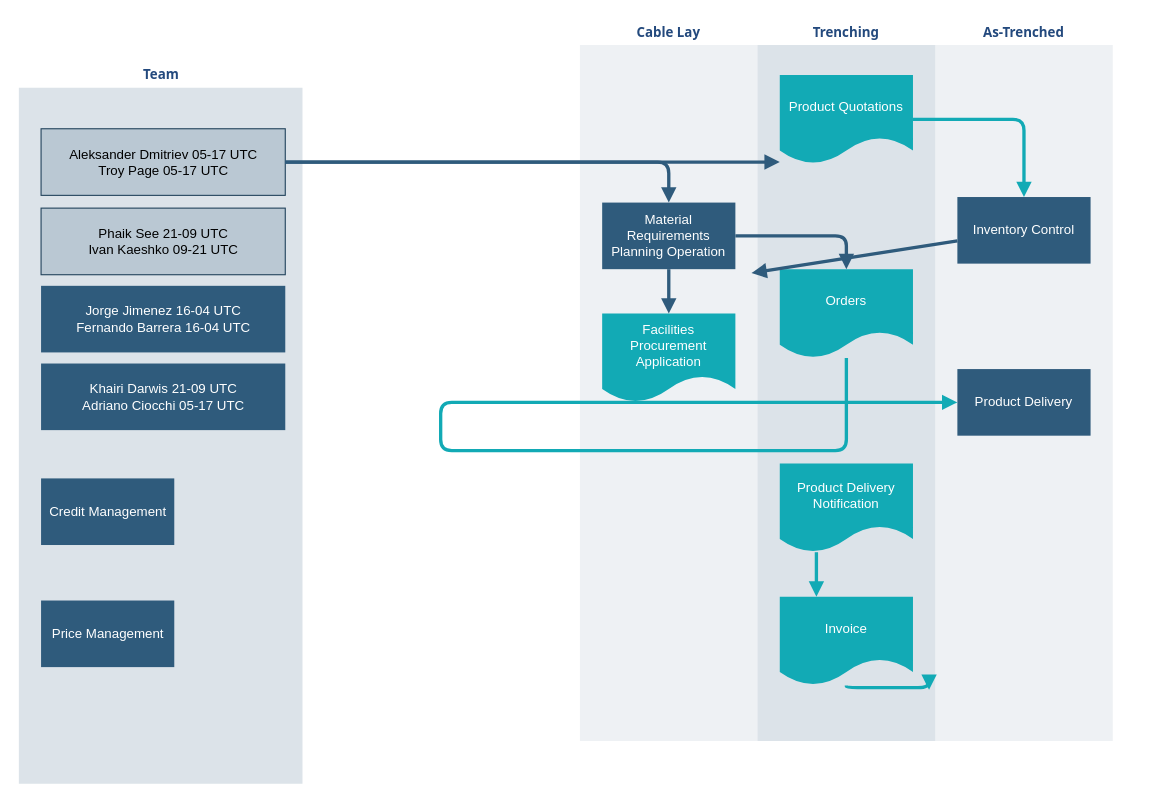
Earlier version of the draw.io diagram Диаграмма без названия.drawio (Balumys/xkcd_comics). Source tidied: cells renumbered, new cells numbered last; positions are measured from the earlier drawing's top-left corner, leaving out a move shared by most shapes. Both pictures are drawn from the tidied source at 111%, with x=0, y=0 at pixel (18, 19).
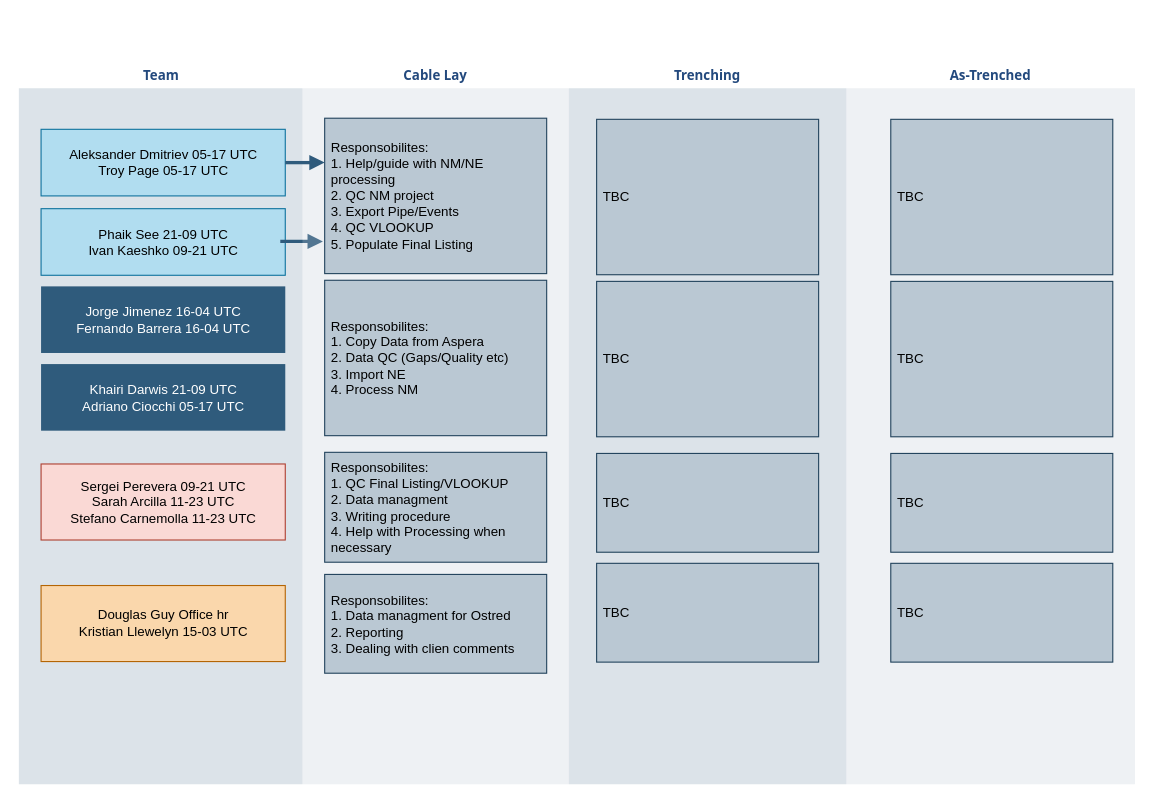
Above is the later version.

What changed in the source:
```diff
@@
     <mxCell id="2" value="&lt;font color=&quot;#23497d&quot;&gt;Team&lt;/font&gt;" style="swimlane;whiteSpace=wrap;fillColor=none;swimlaneFillColor=#BAC8D3;fontColor=#2F5B7C;fontFamily=Tahoma;html=1;strokeColor=none;opacity=50;" parent="1" vertex="1">
-      <mxGeometry x="0.5" y="38.5" width="255.5" height="650" as="geometry" />
+      <mxGeometry x="0.5" y="39" width="255.5" height="650" as="geometry" />
     </mxCell>
-    <mxCell id="3" value="Aleksander Dmitriev 05-17 UTC&lt;div&gt;Troy Page 05-17 UTC&lt;/div&gt;" style="whiteSpace=wrap;shadow=0;fontFamily=Helvetica;fontStyle=0;html=1;fontSize=12;strokeColor=#23445d;fillColor=#bac8d3;spacing=6;verticalAlign=middle;" parent="2" vertex="1">
+    <mxCell id="3" value="Aleksander Dmitriev 05-17 UTC&lt;div&gt;Troy Page 05-17 UTC&lt;/div&gt;" style="whiteSpace=wrap;shadow=0;fontFamily=Helvetica;fontStyle=0;html=1;fontSize=12;strokeColor=#10739e;fillColor=#b1ddf0;spacing=6;verticalAlign=middle;" parent="2" vertex="1">
       <mxGeometry x="20" y="60" width="220" height="60" as="geometry" />
     </mxCell>
-    <mxCell id="4" value="Credit Management" style="whiteSpace=wrap;strokeColor=none;fillColor=#2f5b7c;shadow=0;fontColor=#FFFFFF;fontFamily=Helvetica;fontStyle=0;html=1;fontSize=12;spacing=6;verticalAlign=middle;" parent="2" vertex="1">
-      <mxGeometry x="20" y="375" width="120" height="60" as="geometry" />
-    </mxCell>
-    <mxCell id="5" value="Price Management" style="whiteSpace=wrap;strokeColor=none;fillColor=#2f5b7c;shadow=0;fontColor=#FFFFFF;fontFamily=Helvetica;fontStyle=0;html=1;fontSize=12;spacing=6;verticalAlign=middle;" parent="2" vertex="1">
-      <mxGeometry x="20" y="485" width="120" height="60" as="geometry" />
-    </mxCell>
@@
-    <mxCell id="7" value="Phaik See 21-09 UTC&lt;div&gt;Ivan Kaeshko 09-21 UTC&lt;/div&gt;" style="whiteSpace=wrap;shadow=0;fontFamily=Helvetica;fontStyle=0;html=1;fontSize=12;strokeColor=#23445d;fillColor=#bac8d3;spacing=6;verticalAlign=middle;" parent="2" vertex="1">
+    <mxCell id="7" value="Phaik See 21-09 UTC&lt;div&gt;Ivan Kaeshko 09-21 UTC&lt;/div&gt;" style="whiteSpace=wrap;shadow=0;fontFamily=Helvetica;fontStyle=0;html=1;fontSize=12;strokeColor=#10739e;fillColor=#b1ddf0;spacing=6;verticalAlign=middle;" parent="2" vertex="1">
       <mxGeometry x="20" y="131.5" width="220" height="60" as="geometry" />
     </mxCell>
@@
+    <mxCell id="29" value="Sergei Perevera 09-21 UTC&lt;div&gt;Sarah Arcilla 11-23 UTC&lt;/div&gt;&lt;div&gt;Stefano Carnemolla 11-23 UTC&lt;/div&gt;" style="whiteSpace=wrap;shadow=0;fontFamily=Helvetica;fontStyle=0;html=1;fontSize=12;strokeColor=#ae4132;fillColor=#fad9d5;spacing=6;verticalAlign=middle;" parent="2" vertex="1">
+      <mxGeometry x="20" y="361.5" width="220" height="68.5" as="geometry" />
+    </mxCell>
+    <mxCell id="30" value="Douglas Guy Office hr&lt;div&gt;Kristian Llewelyn 15-03 UTC&lt;/div&gt;" style="whiteSpace=wrap;shadow=0;fontFamily=Helvetica;fontStyle=0;html=1;fontSize=12;strokeColor=#b46504;fillColor=#fad7ac;spacing=6;verticalAlign=middle;" parent="2" vertex="1">
+      <mxGeometry x="20" y="471" width="220" height="68.5" as="geometry" />
+    </mxCell>
+    <mxCell id="31" style="edgeStyle=segmentEdgeStyle;strokeColor=#2F5B7C;strokeWidth=3;html=1;endArrow=block;endFill=1;entryX=-0.008;entryY=0.793;entryDx=0;entryDy=0;entryPerimeter=0;" parent="2" edge="1" target="10">
+      <mxGeometry x="140" y="90" as="geometry">
+        <mxPoint x="235.5" y="161" as="sourcePoint" />
+      </mxGeometry>
+    </mxCell>
     <mxCell id="9" value="&lt;font color=&quot;#23497d&quot;&gt;Cable Lay&lt;/font&gt;" style="swimlane;whiteSpace=wrap;fillColor=none;swimlaneFillColor=#BAC8D3;fontColor=#2F5B7C;fontFamily=Tahoma;html=1;strokeColor=none;opacity=25;" parent="1" vertex="1">
-      <mxGeometry x="506" width="160" height="650" as="geometry" />
+      <mxGeometry x="256" y="39" width="240" height="650" as="geometry" />
     </mxCell>
-    <mxCell id="10" value="Material Requirements Planning Operation" style="whiteSpace=wrap;shadow=0;fontColor=#FFFFFF;fontFamily=Helvetica;fontStyle=0;html=1;fontSize=12;plain-purple;strokeColor=none;fillColor=#2f5b7c;gradientColor=none;spacing=6;verticalAlign=middle;" parent="9" vertex="1">
-      <mxGeometry x="20" y="165" width="120" height="60" as="geometry" />
+    <mxCell id="10" value="&lt;font style=&quot;font-size: 12px;&quot;&gt;Responsobilites:&amp;nbsp;&lt;/font&gt;&lt;div style=&quot;line-height: 120%; padding-top: 0px;&quot;&gt;&lt;font style=&quot;font-size: 12px;&quot;&gt;1. Help/guide with NM/NE processing&lt;/font&gt;&lt;/div&gt;&lt;div style=&quot;line-height: 120%; padding-top: 0px;&quot;&gt;&lt;font style=&quot;font-size: 12px;&quot;&gt;2. QC NM project&lt;/font&gt;&lt;/div&gt;&lt;div style=&quot;line-height: 120%; padding-top: 0px;&quot;&gt;&lt;font style=&quot;font-size: 12px;&quot;&gt;3. Export Pipe/Events&lt;/font&gt;&lt;/div&gt;&lt;div style=&quot;line-height: 120%; padding-top: 0px;&quot;&gt;&lt;font style=&quot;font-size: 12px;&quot;&gt;4. QC VLOOKUP&lt;/font&gt;&lt;/div&gt;&lt;div style=&quot;line-height: 120%; padding-top: 0px;&quot;&gt;&lt;font style=&quot;font-size: 12px;&quot;&gt;5. Populate Final Listing&lt;/font&gt;&lt;/div&gt;" style="whiteSpace=wrap;shadow=0;fontFamily=Helvetica;fontStyle=0;html=1;fontSize=12;strokeColor=#23445d;fillColor=#bac8d3;spacing=6;verticalAlign=middle;align=left;" parent="9" vertex="1">
+      <mxGeometry x="20" y="50" width="200" height="140" as="geometry" />
     </mxCell>
-    <mxCell id="11" value="&lt;font color=&quot;#ffffff&quot;&gt;Facilities Procurement&lt;br&gt;Application&lt;/font&gt;&lt;br&gt; " style="shape=document;whiteSpace=wrap;verticalAlign=middle;strokeColor=none;fillColor=#12aab5;shadow=0;fontColor=#FFFFFF;fontFamily=Helvetica;fontStyle=0;html=1;fontSize=12;spacing=6;spacingBottom=22;" parent="9" vertex="1">
-      <mxGeometry x="20" y="265" width="120" height="80" as="geometry" />
-    </mxCell>
-    <mxCell id="12" style="edgeStyle=segmentEdgeStyle;strokeColor=#2F5B7C;strokeWidth=3;html=1;endArrow=block;endFill=1;" parent="9" edge="1" source="10" target="11">
-      <mxGeometry relative="1" as="geometry" />
-    </mxCell>
+    <mxCell id="32" value="&lt;font style=&quot;font-size: 12px;&quot;&gt;Responsobilites:&amp;nbsp;&lt;/font&gt;&lt;div style=&quot;line-height: 120%; padding-top: 0px;&quot;&gt;&lt;font style=&quot;font-size: 12px;&quot;&gt;1. Copy Data from Aspera&lt;/font&gt;&lt;/div&gt;&lt;div style=&quot;line-height: 120%; padding-top: 0px;&quot;&gt;&lt;font style=&quot;font-size: 12px;&quot;&gt;2. Data QC (Gaps/Quality etc)&lt;/font&gt;&lt;/div&gt;&lt;div style=&quot;line-height: 120%; padding-top: 0px;&quot;&gt;&lt;font style=&quot;font-size: 12px;&quot;&gt;3. Import NE&lt;/font&gt;&lt;/div&gt;&lt;div style=&quot;line-height: 120%; padding-top: 0px;&quot;&gt;&lt;font style=&quot;font-size: 12px;&quot;&gt;4. Process NM&lt;/font&gt;&lt;/div&gt;" style="whiteSpace=wrap;shadow=0;fontFamily=Helvetica;fontStyle=0;html=1;fontSize=12;strokeColor=#23445d;fillColor=#bac8d3;spacing=6;verticalAlign=middle;align=left;" parent="9" vertex="1">
+      <mxGeometry x="20" y="196" width="200" height="140" as="geometry" />
+    </mxCell>
+    <mxCell id="33" value="&lt;font style=&quot;font-size: 12px;&quot;&gt;Responsobilites:&amp;nbsp;&lt;/font&gt;&lt;div style=&quot;line-height: 120%; padding-top: 0px;&quot;&gt;&lt;font style=&quot;font-size: 12px;&quot;&gt;1. QC Final Listing/VLOOKUP&lt;/font&gt;&lt;/div&gt;&lt;div style=&quot;line-height: 120%; padding-top: 0px;&quot;&gt;&lt;font style=&quot;font-size: 12px;&quot;&gt;2. Data managment&lt;/font&gt;&lt;/div&gt;&lt;div style=&quot;line-height: 120%; padding-top: 0px;&quot;&gt;&lt;font style=&quot;font-size: 12px;&quot;&gt;3. Writing procedure&lt;/font&gt;&lt;/div&gt;&lt;div style=&quot;line-height: 120%; padding-top: 0px;&quot;&gt;&lt;font style=&quot;font-size: 12px;&quot;&gt;4. Help with Processing when necessary&lt;/font&gt;&lt;/div&gt;" style="whiteSpace=wrap;shadow=0;fontFamily=Helvetica;fontStyle=0;html=1;fontSize=12;strokeColor=#23445d;fillColor=#bac8d3;spacing=6;verticalAlign=middle;align=left;" parent="9" vertex="1">
+      <mxGeometry x="20" y="351" width="200" height="99" as="geometry" />
+    </mxCell>
+    <mxCell id="34" value="&lt;font style=&quot;font-size: 12px;&quot;&gt;Responsobilites:&amp;nbsp;&lt;/font&gt;&lt;div style=&quot;line-height: 120%; padding-top: 0px;&quot;&gt;&lt;font style=&quot;font-size: 12px;&quot;&gt;1. Data managment for Ostred&lt;/font&gt;&lt;/div&gt;&lt;div style=&quot;line-height: 120%; padding-top: 0px;&quot;&gt;&lt;font style=&quot;font-size: 12px;&quot;&gt;2. Reporting&lt;/font&gt;&lt;/div&gt;&lt;div style=&quot;line-height: 120%; padding-top: 0px;&quot;&gt;&lt;font style=&quot;font-size: 12px;&quot;&gt;3. Dealing with clien comments&lt;/font&gt;&lt;/div&gt;" style="whiteSpace=wrap;shadow=0;fontFamily=Helvetica;fontStyle=0;html=1;fontSize=12;strokeColor=#23445d;fillColor=#bac8d3;spacing=6;verticalAlign=middle;align=left;" parent="9" vertex="1">
+      <mxGeometry x="20" y="461" width="200" height="89" as="geometry" />
+    </mxCell>
     <mxCell id="13" value="&lt;font color=&quot;#23497d&quot;&gt;Trenching&lt;/font&gt;" style="swimlane;whiteSpace=wrap;fillColor=none;swimlaneFillColor=#BAC8D3;fontColor=#2F5B7C;fontFamily=Tahoma;html=1;strokeColor=none;opacity=50;" parent="1" vertex="1">
-      <mxGeometry x="666" width="160" height="650" as="geometry" />
+      <mxGeometry x="496" y="39" width="250" height="650" as="geometry" />
     </mxCell>
-    <mxCell id="14" value="Product Quotations" style="shape=document;whiteSpace=wrap;verticalAlign=middle;strokeColor=none;fillColor=#12aab5;shadow=0;fontColor=#FFFFFF;fontFamily=Helvetica;fontStyle=0;html=1;fontSize=12;spacing=6;spacingBottom=22;" parent="13" vertex="1">
-      <mxGeometry x="20" y="50" width="120" height="80" as="geometry" />
-    </mxCell>
-    <mxCell id="15" value="Orders" style="shape=document;whiteSpace=wrap;verticalAlign=middle;strokeColor=none;fillColor=#12aab5;shadow=0;fontColor=#FFFFFF;fontFamily=Helvetica;fontStyle=0;html=1;fontSize=12;spacing=6;spacingBottom=22;" parent="13" vertex="1">
-      <mxGeometry x="20" y="225" width="120" height="80" as="geometry" />
-    </mxCell>
-    <mxCell id="16" value="Product Delivery Notification" style="shape=document;whiteSpace=wrap;strokeColor=none;fillColor=#12aab5;shadow=0;fontColor=#FFFFFF;fontFamily=Helvetica;fontStyle=0;html=1;fontSize=12;verticalAlign=middle;spacing=6;spacingBottom=22;" parent="13" vertex="1">
-      <mxGeometry x="20" y="400" width="120" height="80" as="geometry" />
-    </mxCell>
-    <mxCell id="17" value="Invoice" style="shape=document;whiteSpace=wrap;verticalAlign=middle;strokeColor=none;fillColor=#12aab5;shadow=0;fontColor=#FFFFFF;fontFamily=Helvetica;fontStyle=0;html=1;fontSize=12;spacing=6;spacingBottom=22;" parent="13" vertex="1">
-      <mxGeometry x="20" y="520" width="120" height="80" as="geometry" />
-    </mxCell>
-    <mxCell id="18" style="edgeStyle=segmentEdgeStyle;strokeColor=#12AAB5;strokeWidth=3;html=1;endArrow=block;endFill=1;" parent="13" edge="1" source="16" target="17">
-      <mxGeometry relative="1" as="geometry">
-        <Array as="points">
-          <mxPoint x="53" y="501" />
-          <mxPoint x="53" y="501" />
-        </Array>
-      </mxGeometry>
-    </mxCell>
+    <mxCell id="35" value="TBC" style="whiteSpace=wrap;shadow=0;fontFamily=Helvetica;fontStyle=0;html=1;fontSize=12;strokeColor=#23445d;fillColor=#bac8d3;spacing=6;verticalAlign=middle;align=left;" parent="13" vertex="1">
+      <mxGeometry x="25" y="51" width="200" height="140" as="geometry" />
+    </mxCell>
+    <mxCell id="36" value="TBC" style="whiteSpace=wrap;shadow=0;fontFamily=Helvetica;fontStyle=0;html=1;fontSize=12;strokeColor=#23445d;fillColor=#bac8d3;spacing=6;verticalAlign=middle;align=left;" parent="13" vertex="1">
+      <mxGeometry x="25" y="197" width="200" height="140" as="geometry" />
+    </mxCell>
+    <mxCell id="37" value="TBC" style="whiteSpace=wrap;shadow=0;fontFamily=Helvetica;fontStyle=0;html=1;fontSize=12;strokeColor=#23445d;fillColor=#bac8d3;spacing=6;verticalAlign=middle;align=left;" parent="13" vertex="1">
+      <mxGeometry x="25" y="352" width="200" height="89" as="geometry" />
+    </mxCell>
+    <mxCell id="38" value="TBC" style="whiteSpace=wrap;shadow=0;fontFamily=Helvetica;fontStyle=0;html=1;fontSize=12;strokeColor=#23445d;fillColor=#bac8d3;spacing=6;verticalAlign=middle;align=left;" parent="13" vertex="1">
+      <mxGeometry x="25" y="451" width="200" height="89" as="geometry" />
+    </mxCell>
     <mxCell id="19" value="&lt;font color=&quot;#23497d&quot;&gt;As-Trenched&lt;/font&gt;" style="swimlane;whiteSpace=wrap;fillColor=none;swimlaneFillColor=#BAC8D3;fontColor=#2F5B7C;fontFamily=Tahoma;html=1;strokeColor=none;opacity=25;startSize=23;" parent="1" vertex="1">
-      <mxGeometry x="826" width="160" height="650" as="geometry" />
+      <mxGeometry x="746" y="39" width="260" height="650" as="geometry" />
     </mxCell>
-    <mxCell id="20" value="Inventory Control" style="whiteSpace=wrap;strokeColor=none;fillColor=#2f5b7c;shadow=0;fontColor=#FFFFFF;fontFamily=Helvetica;fontStyle=0;html=1;fontSize=12;spacing=6;verticalAlign=middle;" parent="19" vertex="1">
-      <mxGeometry x="20" y="160" width="120" height="60" as="geometry" />
-    </mxCell>
-    <mxCell id="21" value="Product Delivery" style="whiteSpace=wrap;strokeColor=none;fillColor=#2f5b7c;shadow=0;fontColor=#FFFFFF;fontFamily=Helvetica;fontStyle=0;html=1;fontSize=12;spacing=6;verticalAlign=middle;" parent="19" vertex="1">
-      <mxGeometry x="20" y="315" width="120" height="60" as="geometry" />
-    </mxCell>
+    <mxCell id="39" value="TBC" style="whiteSpace=wrap;shadow=0;fontFamily=Helvetica;fontStyle=0;html=1;fontSize=12;strokeColor=#23445d;fillColor=#bac8d3;spacing=6;verticalAlign=middle;align=left;" parent="19" vertex="1">
+      <mxGeometry x="40" y="51" width="200" height="140" as="geometry" />
+    </mxCell>
+    <mxCell id="40" value="TBC" style="whiteSpace=wrap;shadow=0;fontFamily=Helvetica;fontStyle=0;html=1;fontSize=12;strokeColor=#23445d;fillColor=#bac8d3;spacing=6;verticalAlign=middle;align=left;" parent="19" vertex="1">
+      <mxGeometry x="40" y="197" width="200" height="140" as="geometry" />
+    </mxCell>
+    <mxCell id="41" value="TBC" style="whiteSpace=wrap;shadow=0;fontFamily=Helvetica;fontStyle=0;html=1;fontSize=12;strokeColor=#23445d;fillColor=#bac8d3;spacing=6;verticalAlign=middle;align=left;" parent="19" vertex="1">
+      <mxGeometry x="40" y="352" width="200" height="89" as="geometry" />
+    </mxCell>
+    <mxCell id="42" value="TBC" style="whiteSpace=wrap;shadow=0;fontFamily=Helvetica;fontStyle=0;html=1;fontSize=12;strokeColor=#23445d;fillColor=#bac8d3;spacing=6;verticalAlign=middle;align=left;" parent="19" vertex="1">
+      <mxGeometry x="40" y="451" width="200" height="89" as="geometry" />
+    </mxCell>
@@
-    <mxCell id="23" style="edgeStyle=segmentEdgeStyle;strokeColor=#2F5B7C;strokeWidth=3;html=1;endArrow=block;endFill=1;" parent="1" edge="1" source="3" target="14">
-      <mxGeometry x="164.5" y="178.5" as="geometry" />
-    </mxCell>
-    <mxCell id="24" style="edgeStyle=elbowEdgeStyle;elbow=vertical;strokeColor=#12AAB5;strokeWidth=3;html=1;endArrow=block;endFill=1;" parent="1" edge="1" source="17">
-      <mxGeometry x="484.5" y="623.5" as="geometry">
-        <mxPoint x="820.5" y="604" as="targetPoint" />
-      </mxGeometry>
-    </mxCell>
-    <mxCell id="25" style="edgeStyle=segmentEdgeStyle;strokeColor=#2F5B7C;strokeWidth=3;html=1;endArrow=block;endFill=1;" parent="1" edge="1" source="10" target="15">
-      <mxGeometry x="324.5" y="283.5" as="geometry" />
-    </mxCell>
-    <mxCell id="26" style="edgeStyle=segmentEdgeStyle;strokeColor=#12AAB5;strokeWidth=3;html=1;endArrow=block;endFill=1;" parent="1" edge="1" source="14" target="20">
-      <mxGeometry x="484.5" y="178.5" as="geometry" />
-    </mxCell>
-    <mxCell id="27" style="edgeStyle=none;strokeColor=#2F5B7C;strokeWidth=3;html=1;endArrow=block;endFill=1;" parent="1" edge="1" source="20">
-      <mxGeometry x="644.5" y="278.5" as="geometry">
-        <mxPoint x="660.5" y="228.5" as="targetPoint" />
-      </mxGeometry>
-    </mxCell>
-    <mxCell id="28" style="edgeStyle=segmentEdgeStyle;strokeColor=#12AAB5;strokeWidth=3;html=1;endArrow=block;endFill=1;" parent="1" edge="1" source="15" target="21">
-      <mxGeometry x="404.5" y="393.5" as="geometry">
-        <Array as="points">
-          <mxPoint x="380.5" y="388.5" />
-        </Array>
-      </mxGeometry>
-    </mxCell>
```
